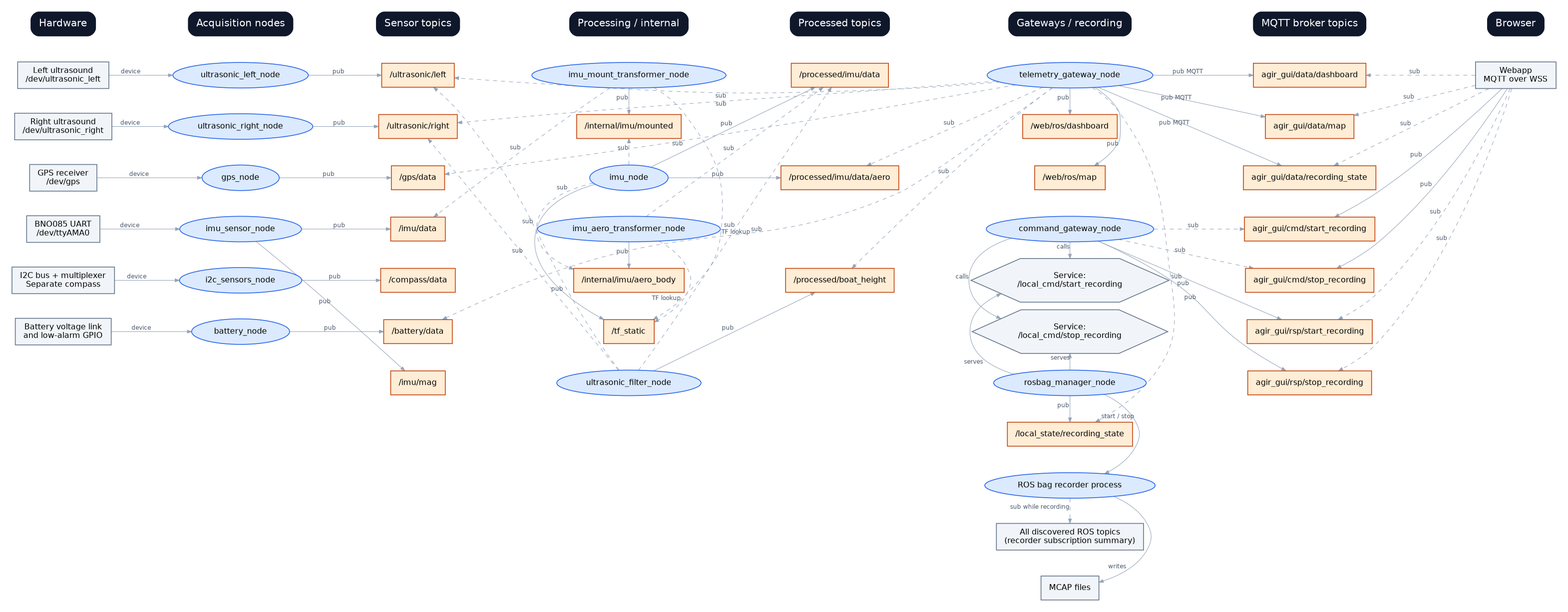
This is docs/architecture/live-architecture.png from agirsailing/sailing_ros, a Graphviz export, as it was before one commit. Its source is kept beside it as docs/architecture/live-architecture.dot.
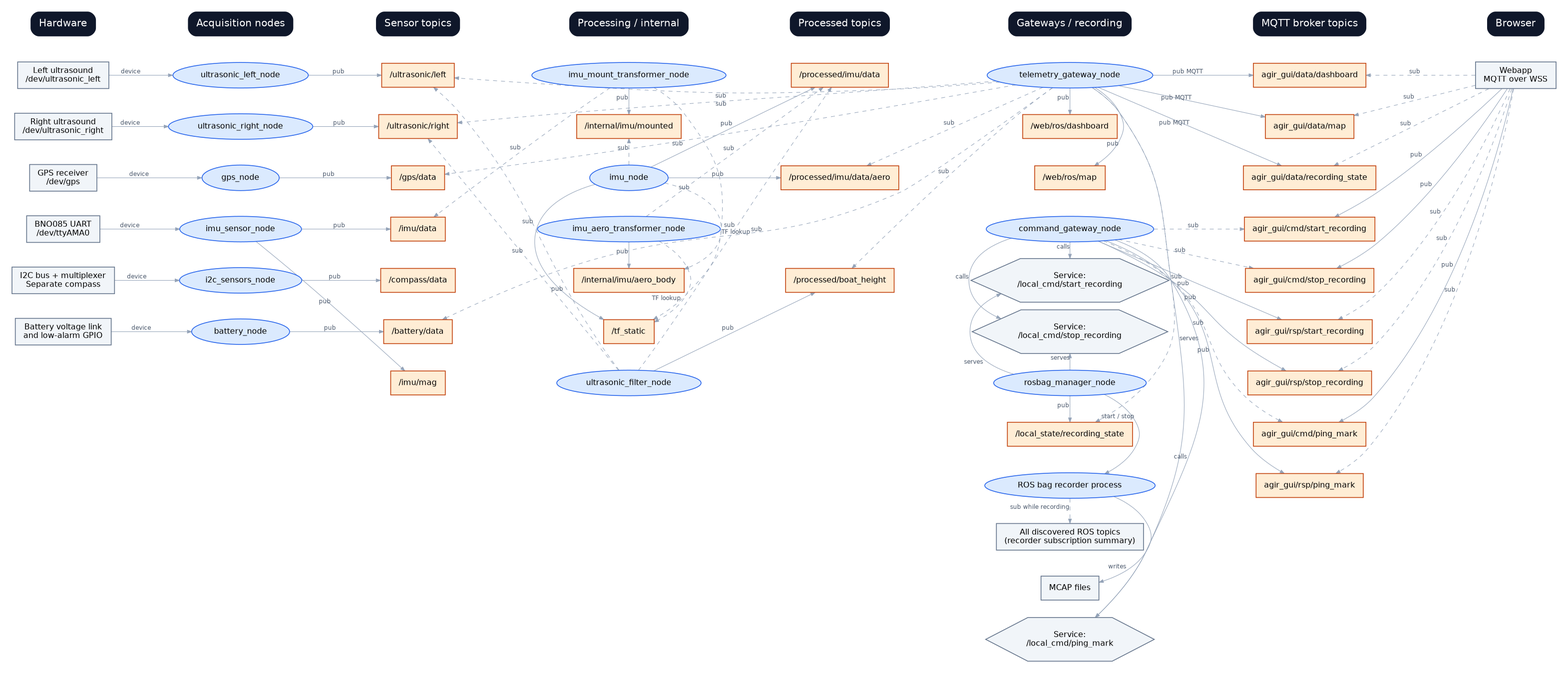
After the change.

Diff of the diagram source:
```diff
@@ -35,6 +35,9 @@
 DASH [pos="21,-2.14!", pin=true, label="/web/ros/dashboard", shape=box, style=filled, color="#c2410c", fillcolor="#ffedd5"];
 MAP [pos="21,-3.21!", pin=true, label="/web/ros/map", shape=box, style=filled, color="#c2410c", fillcolor="#ffedd5"];
 CG [pos="21,-4.28!", pin=true, label="command_gateway_node", shape=ellipse, style=filled, color="#2563eb", fillcolor="#dbeafe"];
+PING [pos="21,-12.84!", pin=true, label="Service:\n/local_cmd/ping_mark", shape=hexagon, style=filled, color="#64748b", fillcolor="#f1f5f9"];
+CP [pos="26,-8.56!", pin=true, label="agir_gui/cmd/ping_mark", shape=box, style=filled, color="#c2410c", fillcolor="#ffedd5"];
+RP [pos="26,-9.63!", pin=true, label="agir_gui/rsp/ping_mark", shape=box, style=filled, color="#c2410c", fillcolor="#ffedd5"];
 START [pos="21,-5.3500000000000005!", pin=true, label="Service:\n/local_cmd/start_recording", shape=hexagon, style=filled, color="#64748b", fillcolor="#f1f5f9"];
 STOP [pos="21,-6.42!", pin=true, label="Service:\n/local_cmd/stop_recording", shape=hexagon, style=filled, color="#64748b", fillcolor="#f1f5f9"];
 RM [pos="21,-7.49!", pin=true, label="rosbag_manager_node", shape=ellipse, style=filled, color="#2563eb", fillcolor="#dbeafe"];
@@ -110,6 +113,12 @@
 WEB -> RS [label="sub", style=dashed];
 WEB -> RE [label="sub", style=dashed];
 CG -> START [label="calls", style=solid];
+WEB -> CP [label="pub", style=solid];
+CG -> CP [label="sub", style=dashed];
+CG -> RP [label="pub", style=solid];
+WEB -> RP [label="sub", style=dashed];
+CG -> PING [label="calls", style=solid];
+GW -> PING [label="serves", style=solid];
 CG -> STOP [label="calls", style=solid];
 RM -> START [label="serves", style=solid];
 RM -> STOP [label="serves", style=solid];
```
